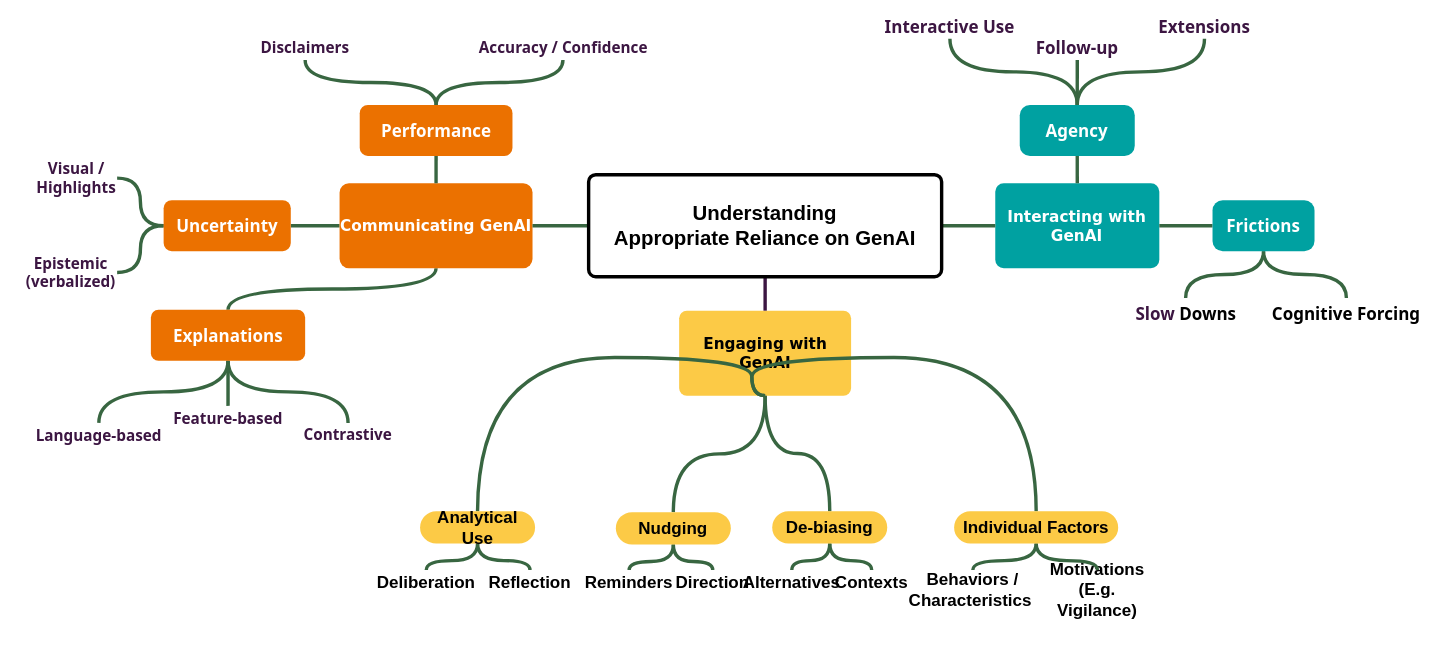
The draw.io diagram ext/chi27-rev-4.1.drawio in raeeschaudhary/Coursera_Exams, before the edit. Source tidied: cells renumbered, new cells numbered last; positions are measured from the earlier drawing's top-left corner, leaving out a move shared by most shapes. Both pictures are drawn from the tidied source at 85%, with x=0, y=0 at pixel (21, 14).
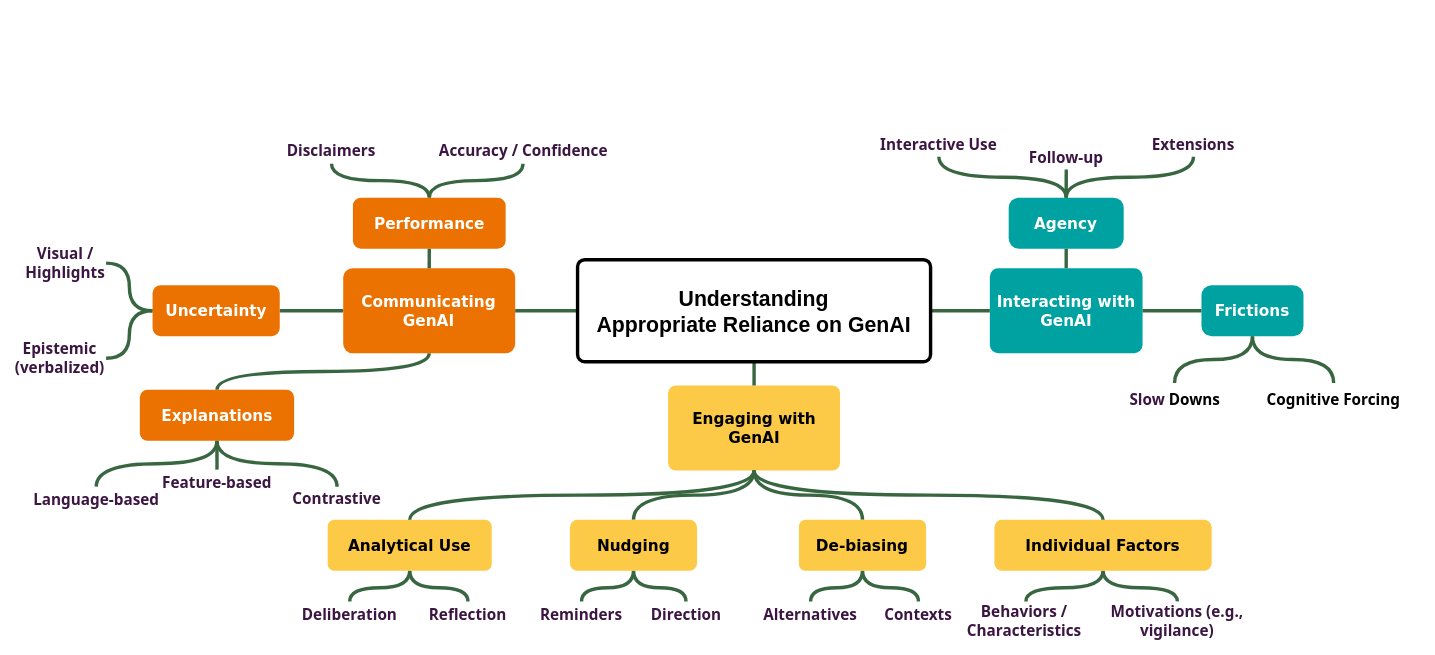
The same page after the edit.

The edit, as a diff of the source:
```diff
@@
     <mxCell id="4" value="Communicating GenAI" style="rounded=1;whiteSpace=wrap;html=1;arcSize=11;strokeWidth=2;fontFamily=Verdana;fontSize=18;fontStyle=1;fillColor=#EB7100;strokeColor=none;fontColor=#FFFFFF;align=center;verticalAlign=middle;" parent="1" vertex="1">
-      <mxGeometry x="374" y="198" width="227" height="100" as="geometry" />
+      <mxGeometry x="378.3" y="298" width="202.3" height="100" as="geometry" />
     </mxCell>
@@
     <mxCell id="10" value="&lt;span&gt;Epistemic (verbalized)&lt;/span&gt;" style="text;html=1;whiteSpace=wrap;strokeColor=none;fillColor=none;align=center;verticalAlign=middle;rounded=0;fontFamily=Tahoma;fontSize=18;fontStyle=1;fontColor=#3C1642;" parent="1" vertex="1">
-      <mxGeometry x="4.3" y="288" width="108" height="30" as="geometry" />
+      <mxGeometry x="-8.7" y="389" width="108" height="30" as="geometry" />
     </mxCell>
     <mxCell id="11" value="&lt;span&gt;Visual / Highlights&lt;/span&gt;" style="text;html=1;whiteSpace=wrap;strokeColor=none;fillColor=none;align=center;verticalAlign=middle;rounded=0;fontFamily=Tahoma;fontSize=18;fontStyle=1;fontColor=#3C1642;" parent="1" vertex="1">
-      <mxGeometry x="17" y="178" width="95.3" height="28" as="geometry" />
+      <mxGeometry x="4" y="278" width="95.3" height="28" as="geometry" />
     </mxCell>
     <mxCell id="12" value="&lt;span&gt;&lt;span&gt;Language-based&lt;/span&gt;&lt;/span&gt;" style="text;html=1;whiteSpace=wrap;strokeColor=none;fillColor=none;align=center;verticalAlign=middle;rounded=0;fontFamily=Tahoma;fontSize=18;fontStyle=1;fontColor=#3C1642;" parent="1" vertex="1">
-      <mxGeometry y="480" width="181.5" height="30" as="geometry" />
+      <mxGeometry x="-3" y="555" width="181.5" height="30" as="geometry" />
     </mxCell>
     <mxCell id="13" value="&lt;span&gt;Feature-based&lt;/span&gt;" style="text;html=1;whiteSpace=wrap;strokeColor=none;fillColor=none;align=center;verticalAlign=middle;rounded=0;fontFamily=Tahoma;fontSize=18;fontStyle=1;fontColor=#3C1642;" parent="1" vertex="1">
-      <mxGeometry x="164.8" y="460" width="156" height="30" as="geometry" />
+      <mxGeometry x="151.8" y="535" width="156" height="30" as="geometry" />
     </mxCell>
     <mxCell id="14" value="&lt;span&gt;Contrastive&lt;/span&gt;" style="text;html=1;whiteSpace=wrap;strokeColor=none;fillColor=none;align=center;verticalAlign=middle;rounded=0;fontFamily=Tahoma;fontSize=18;fontStyle=1;fontColor=#3C1642;" parent="1" vertex="1">
-      <mxGeometry x="330" y="480" width="108" height="28" as="geometry" />
+      <mxGeometry x="317" y="555" width="108" height="28" as="geometry" />
     </mxCell>
@@
     <mxCell id="18" value="&lt;span&gt;Disclaimers&lt;/span&gt;" style="text;html=1;whiteSpace=wrap;strokeColor=none;fillColor=none;align=center;verticalAlign=middle;rounded=0;fontFamily=Tahoma;fontSize=18;fontStyle=1;fontColor=#3C1642;" parent="1" vertex="1">
-      <mxGeometry x="262" y="23" width="143" height="30" as="geometry" />
+      <mxGeometry x="293" y="145" width="143" height="30" as="geometry" />
     </mxCell>
     <mxCell id="19" value="&lt;span&gt;Accuracy / Confidence&lt;/span&gt;" style="text;html=1;whiteSpace=wrap;strokeColor=none;fillColor=none;align=center;verticalAlign=middle;rounded=0;fontFamily=Tahoma;fontSize=18;fontStyle=1;fontColor=#3C1642;" parent="1" vertex="1">
-      <mxGeometry x="505.5" y="23" width="262.5" height="30" as="geometry" />
+      <mxGeometry x="458.5" y="145" width="262.5" height="30" as="geometry" />
     </mxCell>
@@
     <mxCell id="21" value="Engaging with GenAI" style="rounded=1;whiteSpace=wrap;html=1;arcSize=9;strokeWidth=2;fontFamily=Verdana;fontSize=18;fontStyle=1;strokeColor=none;fillColor=#FCCA46;" parent="1" vertex="1">
-      <mxGeometry x="773.5" y="348" width="202.3" height="100" as="geometry" />
+      <mxGeometry x="760.5" y="436" width="202.3" height="100" as="geometry" />
     </mxCell>
-    <mxCell id="22" style="edgeStyle=orthogonalEdgeStyle;rounded=0;jettySize=auto;html=1;exitX=0.5;exitY=1;exitDx=0;exitDy=0;entryX=0.5;entryY=0;entryDx=0;entryDy=0;endArrow=none;endFill=0;curved=1;endSize=6;strokeWidth=4;strokeColor=#3C1642;fontFamily=calibri;" parent="1" edge="1" source="54" target="21">
+    <mxCell id="22" style="edgeStyle=orthogonalEdgeStyle;rounded=0;jettySize=auto;html=1;exitX=0.5;exitY=1;exitDx=0;exitDy=0;entryX=0.5;entryY=0;entryDx=0;entryDy=0;endArrow=none;endFill=0;curved=1;endSize=6;strokeWidth=4;strokeColor=#386641;fontFamily=calibri;align=center;verticalAlign=middle;fontSize=11;fontColor=default;labelBackgroundColor=default;" parent="1" edge="1" source="54" target="21">
       <mxGeometry relative="1" as="geometry" />
     </mxCell>
-    <mxCell id="23" style="edgeStyle=orthogonalEdgeStyle;rounded=0;jettySize=auto;html=1;exitX=0.5;exitY=1;exitDx=0;exitDy=0;entryX=0.5;entryY=0;entryDx=0;entryDy=0;endArrow=none;endFill=0;curved=1;endSize=6;strokeWidth=4;strokeColor=#386641;fontFamily=calibri;" parent="1" edge="1" source="21" target="61">
-      <mxGeometry relative="1" as="geometry">
-        <Array as="points">
-          <mxPoint x="859" y="403" />
-          <mxPoint x="536.3" y="403" />
-        </Array>
-      </mxGeometry>
-    </mxCell>
-    <mxCell id="24" value="&lt;span style=&quot;font-size: 20px;&quot;&gt;Deliberation&lt;/span&gt;" style="text;html=1;whiteSpace=wrap;strokeColor=none;fillColor=none;align=center;verticalAlign=middle;rounded=0;fontFamily=calibri;fontSize=18;fontStyle=1;" parent="1" vertex="1">
-      <mxGeometry x="416" y="653" width="120" height="30" as="geometry" />
+    <mxCell id="24" value="&lt;span&gt;Deliberation&lt;/span&gt;" style="text;html=1;whiteSpace=wrap;strokeColor=none;fillColor=none;align=center;verticalAlign=middle;rounded=0;fontFamily=Tahoma;fontSize=18;fontStyle=1;fontColor=#3C1642;" parent="1" vertex="1">
+      <mxGeometry x="326" y="690" width="120" height="30" as="geometry" />
     </mxCell>
-    <mxCell id="25" value="&lt;span style=&quot;font-size: 20px;&quot;&gt;Reflection&lt;/span&gt;" style="text;html=1;whiteSpace=wrap;strokeColor=none;fillColor=none;align=center;verticalAlign=middle;rounded=0;fontFamily=calibri;fontSize=18;fontStyle=1;" parent="1" vertex="1">
-      <mxGeometry x="544" y="653" width="108" height="30" as="geometry" />
+    <mxCell id="25" value="&lt;span&gt;Reflection&lt;/span&gt;" style="text;html=1;whiteSpace=wrap;strokeColor=none;fillColor=none;align=center;verticalAlign=middle;rounded=0;fontFamily=Tahoma;fontSize=18;fontStyle=1;fontColor=#3C1642;" parent="1" vertex="1">
+      <mxGeometry x="471" y="690" width="108" height="30" as="geometry" />
     </mxCell>
@@
-    <mxCell id="29" value="&lt;span style=&quot;font-size: 20px;&quot;&gt;Alternatives&lt;/span&gt;" style="text;html=1;whiteSpace=wrap;strokeColor=none;fillColor=none;align=center;verticalAlign=middle;rounded=0;fontFamily=calibri;fontSize=18;fontStyle=1;" parent="1" vertex="1">
-      <mxGeometry x="846" y="653" width="120" height="30" as="geometry" />
+    <mxCell id="29" value="&lt;span&gt;Alternatives&lt;/span&gt;" style="text;html=1;whiteSpace=wrap;strokeColor=none;fillColor=none;align=center;verticalAlign=middle;rounded=0;fontFamily=Tahoma;fontSize=18;fontStyle=1;fontColor=#3C1642;" parent="1" vertex="1">
+      <mxGeometry x="868.2" y="690" width="120" height="30" as="geometry" />
     </mxCell>
-    <mxCell id="30" value="&lt;span style=&quot;font-size: 20px;&quot;&gt;Contexts&lt;/span&gt;" style="text;html=1;whiteSpace=wrap;strokeColor=none;fillColor=none;align=center;verticalAlign=middle;rounded=0;fontFamily=calibri;fontSize=18;fontStyle=1;" parent="1" vertex="1">
-      <mxGeometry x="946" y="653" width="108" height="30" as="geometry" />
+    <mxCell id="30" value="&lt;span&gt;Contexts&lt;/span&gt;" style="text;html=1;whiteSpace=wrap;strokeColor=none;fillColor=none;align=center;verticalAlign=middle;rounded=0;fontFamily=Tahoma;fontSize=18;fontStyle=1;fontColor=#3C1642;" parent="1" vertex="1">
+      <mxGeometry x="1001" y="690" width="108" height="30" as="geometry" />
     </mxCell>
@@
-    <mxCell id="33" value="&lt;span style=&quot;font-size: 20px;&quot;&gt;Behaviors / Characteristics&amp;nbsp;&lt;/span&gt;" style="text;html=1;whiteSpace=wrap;strokeColor=none;fillColor=none;align=center;verticalAlign=middle;rounded=0;fontFamily=calibri;fontSize=18;fontStyle=1;" parent="1" vertex="1">
-      <mxGeometry x="1059" y="653" width="120" height="46" as="geometry" />
+    <mxCell id="33" value="&lt;span&gt;Behaviors /&amp;nbsp;&lt;/span&gt;&lt;div&gt;&lt;span&gt;Characteristics&amp;nbsp;&lt;/span&gt;&lt;/div&gt;" style="text;html=1;whiteSpace=wrap;strokeColor=none;fillColor=none;align=center;verticalAlign=middle;rounded=0;fontFamily=Tahoma;fontSize=18;fontStyle=1;fontColor=#3C1642;" parent="1" vertex="1">
+      <mxGeometry x="1103.5" y="690" width="156" height="46" as="geometry" />
     </mxCell>
-    <mxCell id="34" value="&lt;span style=&quot;font-size: 20px;&quot;&gt;Motivations (E.g. Vigilance)&lt;/span&gt;" style="text;html=1;whiteSpace=wrap;strokeColor=none;fillColor=none;align=center;verticalAlign=middle;rounded=0;fontFamily=calibri;fontSize=18;fontStyle=1;" parent="1" vertex="1">
-      <mxGeometry x="1198" y="653" width="135.3" height="46" as="geometry" />
+    <mxCell id="34" value="&lt;span&gt;Motivations (e.g., vigilance)&lt;/span&gt;" style="text;html=1;whiteSpace=wrap;strokeColor=none;fillColor=none;align=center;verticalAlign=middle;rounded=0;fontFamily=Tahoma;fontSize=18;fontStyle=1;fontColor=#3C1642;" parent="1" vertex="1">
+      <mxGeometry x="1278" y="690" width="163.1" height="46" as="geometry" />
     </mxCell>
@@
-    <mxCell id="37" style="edgeStyle=orthogonalEdgeStyle;rounded=0;jettySize=auto;html=1;exitX=0.5;exitY=1;exitDx=0;exitDy=0;entryX=0.5;entryY=0;entryDx=0;entryDy=0;endArrow=none;endFill=0;curved=1;endSize=6;strokeWidth=4;strokeColor=#386641;fontFamily=calibri;" parent="1" edge="1" source="21" target="64">
-      <mxGeometry relative="1" as="geometry">
-        <Array as="points">
-          <mxPoint x="859" y="403" />
-          <mxPoint x="1193.6" y="403" />
-        </Array>
-      </mxGeometry>
-    </mxCell>
     <mxCell id="38" value="Interacting with GenAI" style="rounded=1;whiteSpace=wrap;html=1;arcSize=10;strokeWidth=2;fontFamily=Verdana;fontSize=18;fontStyle=1;fillColor=#00A1A1;strokeColor=none;fontColor=#FFFFFF;" parent="1" vertex="1">
-      <mxGeometry x="1145.4" y="198" width="193" height="100" as="geometry" />
+      <mxGeometry x="1139" y="298" width="179.7" height="100" as="geometry" />
     </mxCell>
@@
-    <mxCell id="40" value="&lt;span style=&quot;font-size: 20px;&quot;&gt;Interactive Use&lt;/span&gt;" style="text;html=1;whiteSpace=wrap;strokeColor=none;fillColor=none;align=center;verticalAlign=middle;rounded=0;fontFamily=Tahoma;fontSize=18;fontStyle=1;fontColor=#3C1642;" parent="1" vertex="1">
-      <mxGeometry x="1002.2" width="179.7" height="28" as="geometry" />
+    <mxCell id="40" value="&lt;span&gt;Interactive Use&lt;/span&gt;" style="text;html=1;whiteSpace=wrap;strokeColor=none;fillColor=none;align=center;verticalAlign=middle;rounded=0;fontFamily=Tahoma;fontSize=18;fontStyle=1;fontColor=#3C1642;" parent="1" vertex="1">
+      <mxGeometry x="989.2" y="139" width="179.7" height="28" as="geometry" />
     </mxCell>
-    <mxCell id="41" value="&lt;span style=&quot;font-size: 20px;&quot;&gt;Follow-up&lt;/span&gt;" style="text;html=1;whiteSpace=wrap;strokeColor=none;fillColor=none;align=center;verticalAlign=middle;rounded=0;fontFamily=Tahoma;fontSize=18;fontStyle=1;fontColor=#3C1642;" parent="1" vertex="1">
-      <mxGeometry x="1181.9" y="25" width="120" height="28" as="geometry" />
+    <mxCell id="41" value="&lt;span&gt;Follow-up&lt;/span&gt;" style="text;html=1;whiteSpace=wrap;strokeColor=none;fillColor=none;align=center;verticalAlign=middle;rounded=0;fontFamily=Tahoma;fontSize=18;fontStyle=1;fontColor=#3C1642;" parent="1" vertex="1">
+      <mxGeometry x="1168.9" y="154" width="120" height="28" as="geometry" />
     </mxCell>
@@
-    <mxCell id="44" value="&lt;span style=&quot;font-size: 20px;&quot;&gt;Reminders&lt;/span&gt;" style="text;html=1;whiteSpace=wrap;strokeColor=none;fillColor=none;align=center;verticalAlign=middle;rounded=0;fontFamily=calibri;fontSize=18;fontStyle=1;" parent="1" vertex="1">
-      <mxGeometry x="667" y="653" width="95.3" height="30" as="geometry" />
+    <mxCell id="44" value="&lt;span&gt;Reminders&lt;/span&gt;" style="text;html=1;whiteSpace=wrap;strokeColor=none;fillColor=none;align=center;verticalAlign=middle;rounded=0;fontFamily=Tahoma;fontSize=18;fontStyle=1;fontColor=#3C1642;" parent="1" vertex="1">
+      <mxGeometry x="611" y="690" width="95.3" height="30" as="geometry" />
     </mxCell>
-    <mxCell id="45" value="&lt;span style=&quot;font-size: 20px;&quot;&gt;Direction&lt;/span&gt;" style="text;html=1;whiteSpace=wrap;strokeColor=none;fillColor=none;align=center;verticalAlign=middle;rounded=0;fontFamily=calibri;fontSize=18;fontStyle=1;" parent="1" vertex="1">
-      <mxGeometry x="768" y="653" width="90" height="30" as="geometry" />
+    <mxCell id="45" value="&lt;span&gt;Direction&lt;/span&gt;" style="text;html=1;whiteSpace=wrap;strokeColor=none;fillColor=none;align=center;verticalAlign=middle;rounded=0;fontFamily=Tahoma;fontSize=18;fontStyle=1;fontColor=#3C1642;" parent="1" vertex="1">
+      <mxGeometry x="736.5" y="690" width="90" height="30" as="geometry" />
     </mxCell>
@@
-    <mxCell id="48" value="&lt;span style=&quot;font-size: 20px;&quot;&gt;Slow&amp;nbsp;&lt;/span&gt;&lt;span style=&quot;background-color: transparent; color: light-dark(rgb(0, 0, 0), rgb(255, 255, 255)); font-size: 20px;&quot;&gt;Downs&lt;/span&gt;" style="text;html=1;whiteSpace=wrap;strokeColor=none;fillColor=none;align=center;verticalAlign=middle;rounded=0;fontFamily=Tahoma;fontSize=18;fontStyle=1;fontColor=#3C1642;" parent="1" vertex="1">
-      <mxGeometry x="1279.5" y="333" width="179.7" height="38" as="geometry" />
+    <mxCell id="48" value="&lt;span&gt;Slow&amp;nbsp;&lt;/span&gt;&lt;span style=&quot;background-color: transparent; color: light-dark(rgb(0, 0, 0), rgb(255, 255, 255));&quot;&gt;Downs&lt;/span&gt;" style="text;html=1;whiteSpace=wrap;strokeColor=none;fillColor=none;align=center;verticalAlign=middle;rounded=0;fontFamily=Tahoma;fontSize=18;fontStyle=1;fontColor=#3C1642;" parent="1" vertex="1">
+      <mxGeometry x="1266.5" y="433" width="179.7" height="38" as="geometry" />
     </mxCell>
-    <mxCell id="49" value="&lt;div style=&quot;&quot;&gt;&lt;span style=&quot;font-size: 20px; background-color: transparent; color: light-dark(rgb(0, 0, 0), rgb(255, 255, 255));&quot;&gt;Cognitive&amp;nbsp;&lt;/span&gt;&lt;span style=&quot;background-color: transparent; color: light-dark(rgb(0, 0, 0), rgb(255, 255, 255)); font-size: 20px;&quot;&gt;Forcing&lt;/span&gt;&lt;/div&gt;" style="text;html=1;whiteSpace=wrap;strokeColor=none;fillColor=none;align=center;verticalAlign=middle;rounded=0;fontFamily=Tahoma;fontSize=18;fontStyle=1;fontColor=#3C1642;" parent="1" vertex="1">
-      <mxGeometry x="1487" y="333" width="143" height="38" as="geometry" />
+    <mxCell id="49" value="&lt;div&gt;&lt;span style=&quot;background-color: transparent; color: light-dark(rgb(0, 0, 0), rgb(255, 255, 255));&quot;&gt;Cognitive&amp;nbsp;&lt;/span&gt;&lt;span style=&quot;background-color: transparent; color: light-dark(rgb(0, 0, 0), rgb(255, 255, 255));&quot;&gt;Forcing&lt;/span&gt;&lt;/div&gt;" style="text;html=1;whiteSpace=wrap;strokeColor=none;fillColor=none;align=center;verticalAlign=middle;rounded=0;fontFamily=Tahoma;fontSize=18;fontStyle=1;fontColor=#3C1642;" parent="1" vertex="1">
+      <mxGeometry x="1472" y="433" width="143" height="38" as="geometry" />
     </mxCell>
@@
-    <mxCell id="54" value="&lt;span&gt;&amp;nbsp;Understanding&amp;nbsp;&lt;/span&gt;&lt;div&gt;Appropriate Reliance on GenAI&lt;/div&gt;" style="rounded=1;whiteSpace=wrap;html=1;arcSize=7;strokeWidth=4;fontFamily=Helvetica;fontSize=24;fontStyle=1;" parent="1" vertex="1">
-      <mxGeometry x="667" y="188" width="415.3" height="120" as="geometry" />
+    <mxCell id="54" value="&lt;span&gt;&amp;nbsp;Understanding&amp;nbsp;&lt;/span&gt;&lt;div&gt;Appropriate Reliance on GenAI&lt;/div&gt;" style="rounded=1;whiteSpace=wrap;html=1;arcSize=7;strokeWidth=4;fontFamily=Helvetica;fontSize=25;fontStyle=1;" parent="1" vertex="1">
+      <mxGeometry x="654" y="288" width="415.3" height="120" as="geometry" />
     </mxCell>
-    <mxCell id="55" value="&lt;span style=&quot;font-size: 20px;&quot;&gt;Extensions&lt;/span&gt;" style="text;html=1;whiteSpace=wrap;strokeColor=none;fillColor=none;align=center;verticalAlign=middle;rounded=0;fontFamily=Tahoma;fontSize=18;fontStyle=1;fontColor=#3C1642;" parent="1" vertex="1">
-      <mxGeometry x="1323.9" width="135.3" height="28" as="geometry" />
+    <mxCell id="55" value="&lt;span&gt;Extensions&lt;/span&gt;" style="text;html=1;whiteSpace=wrap;strokeColor=none;fillColor=none;align=center;verticalAlign=middle;rounded=0;fontFamily=Tahoma;fontSize=18;fontStyle=1;fontColor=#3C1642;" parent="1" vertex="1">
+      <mxGeometry x="1310.9" y="139" width="135.3" height="28" as="geometry" />
     </mxCell>
-    <mxCell id="56" value="&lt;span&gt;Frictions&lt;/span&gt;" style="rounded=1;whiteSpace=wrap;html=1;arcSize=20;strokeWidth=2;fontFamily=Tahoma;fontSize=20;fontStyle=1;fillColor=#00A1A1;strokeColor=none;fontColor=#FFFFFF;" parent="1" vertex="1">
-      <mxGeometry x="1401" y="218" width="120" height="60" as="geometry" />
+    <mxCell id="56" value="&lt;span&gt;Frictions&lt;/span&gt;" style="rounded=1;whiteSpace=wrap;html=1;arcSize=20;strokeWidth=2;fontFamily=Verdana;fontSize=18;fontStyle=1;fillColor=#00A1A1;strokeColor=none;fontColor=#FFFFFF;" parent="1" vertex="1">
+      <mxGeometry x="1388" y="318" width="120" height="60" as="geometry" />
     </mxCell>
-    <mxCell id="57" value="&lt;span&gt;Agency&lt;/span&gt;" style="rounded=1;whiteSpace=wrap;html=1;arcSize=20;strokeWidth=2;fontFamily=Tahoma;fontSize=20;fontStyle=1;fillColor=#00A1A1;strokeColor=none;fontColor=#FFFFFF;" parent="1" vertex="1">
-      <mxGeometry x="1174.2" y="106" width="135.3" height="60" as="geometry" />
+    <mxCell id="57" value="&lt;span&gt;Agency&lt;/span&gt;" style="rounded=1;whiteSpace=wrap;html=1;arcSize=20;strokeWidth=2;fontFamily=Verdana;fontSize=18;fontStyle=1;fillColor=#00A1A1;strokeColor=none;fontColor=#FFFFFF;" parent="1" vertex="1">
+      <mxGeometry x="1161.2" y="215" width="135.3" height="60" as="geometry" />
     </mxCell>
-    <mxCell id="58" value="&lt;span&gt;Performance&lt;/span&gt;" style="rounded=1;whiteSpace=wrap;html=1;arcSize=16;strokeWidth=2;fontFamily=Tahoma;fontSize=20;fontStyle=1;fillColor=#EB7100;strokeColor=none;fontColor=#FFFFFF;align=center;verticalAlign=middle;" parent="1" vertex="1">
-      <mxGeometry x="397.7" y="106" width="179.7" height="60" as="geometry" />
+    <mxCell id="58" value="&lt;span&gt;Performance&lt;/span&gt;" style="rounded=1;whiteSpace=wrap;html=1;arcSize=16;strokeWidth=2;fontFamily=Verdana;fontSize=18;fontStyle=1;fillColor=#EB7100;strokeColor=none;fontColor=#FFFFFF;align=center;verticalAlign=middle;" parent="1" vertex="1">
+      <mxGeometry x="389.7" y="215" width="179.7" height="60" as="geometry" />
     </mxCell>
-    <mxCell id="59" value="&lt;span&gt;Uncertainty&lt;/span&gt;" style="rounded=1;whiteSpace=wrap;html=1;arcSize=16;strokeWidth=2;fontFamily=Tahoma;fontSize=20;fontStyle=1;fillColor=#EB7100;strokeColor=none;fontColor=#FFFFFF;align=center;verticalAlign=middle;" parent="1" vertex="1">
-      <mxGeometry x="167" y="218" width="149.6" height="60" as="geometry" />
+    <mxCell id="59" value="&lt;span&gt;Uncertainty&lt;/span&gt;" style="rounded=1;whiteSpace=wrap;html=1;arcSize=16;strokeWidth=2;fontFamily=Verdana;fontSize=18;fontStyle=1;fillColor=#EB7100;strokeColor=none;fontColor=#FFFFFF;align=center;verticalAlign=middle;" parent="1" vertex="1">
+      <mxGeometry x="154" y="318" width="149.6" height="60" as="geometry" />
     </mxCell>
-    <mxCell id="60" value="&lt;span style=&quot;font-size: 20px;&quot;&gt;Explanations&lt;/span&gt;" style="rounded=1;whiteSpace=wrap;html=1;arcSize=15;strokeWidth=2;fontFamily=Tahoma;fontSize=20;fontStyle=1;fillColor=#EB7100;strokeColor=none;fontColor=#FFFFFF;align=center;verticalAlign=middle;" parent="1" vertex="1">
-      <mxGeometry x="152" y="347" width="181.5" height="60" as="geometry" />
+    <mxCell id="60" value="&lt;span&gt;Explanations&lt;/span&gt;" style="rounded=1;whiteSpace=wrap;html=1;arcSize=15;strokeWidth=2;fontFamily=Verdana;fontSize=18;fontStyle=1;fillColor=#EB7100;strokeColor=none;fontColor=#FFFFFF;align=center;verticalAlign=middle;" parent="1" vertex="1">
+      <mxGeometry x="139" y="441" width="181.5" height="60" as="geometry" />
     </mxCell>
-    <mxCell id="61" value="&lt;span style=&quot;font-size: 20px;&quot;&gt;Analytical Use&lt;/span&gt;" style="rounded=1;whiteSpace=wrap;html=1;arcSize=50;strokeWidth=2;fontFamily=calibri;fontSize=18;fontStyle=1;fillColor=#FCCA46;strokeColor=none;" parent="1" vertex="1">
-      <mxGeometry x="468.7" y="584" width="135.3" height="38" as="geometry" />
+    <mxCell id="61" value="&lt;span&gt;Analytical Use&lt;/span&gt;" style="rounded=1;whiteSpace=wrap;html=1;arcSize=13;strokeWidth=2;fontFamily=Verdana;fontSize=18;fontStyle=1;fillColor=#FCCA46;strokeColor=none;fontColor=#000000;align=center;verticalAlign=middle;" parent="1" vertex="1">
+      <mxGeometry x="360" y="594" width="193" height="60" as="geometry" />
     </mxCell>
-    <mxCell id="62" value="&lt;span style=&quot;font-size: 20px;&quot;&gt;Nudging&lt;/span&gt;" style="rounded=1;whiteSpace=wrap;html=1;arcSize=50;strokeWidth=2;fontFamily=calibri;fontSize=18;fontStyle=1;fillColor=#FCCA46;strokeColor=none;" parent="1" vertex="1">
-      <mxGeometry x="699" y="585" width="135.3" height="38" as="geometry" />
+    <mxCell id="62" value="&lt;span&gt;Nudging&lt;/span&gt;" style="rounded=1;whiteSpace=wrap;html=1;arcSize=15;strokeWidth=2;fontFamily=Verdana;fontSize=18;fontStyle=1;fillColor=#FCCA46;strokeColor=none;" parent="1" vertex="1">
+      <mxGeometry x="645" y="594" width="149.6" height="60" as="geometry" />
     </mxCell>
-    <mxCell id="63" value="&lt;span style=&quot;font-size: 20px;&quot;&gt;De-biasing&lt;/span&gt;" style="rounded=1;whiteSpace=wrap;html=1;arcSize=50;strokeWidth=2;fontFamily=calibri;fontSize=18;fontStyle=1;fillColor=#FCCA46;strokeColor=none;" parent="1" vertex="1">
-      <mxGeometry x="883" y="584" width="135.3" height="38" as="geometry" />
+    <mxCell id="63" value="&lt;span&gt;De-biasing&lt;/span&gt;" style="rounded=1;whiteSpace=wrap;html=1;arcSize=13;strokeWidth=2;fontFamily=Verdana;fontSize=18;fontStyle=1;fillColor=#FCCA46;strokeColor=none;" parent="1" vertex="1">
+      <mxGeometry x="914.4" y="594" width="149.6" height="60" as="geometry" />
     </mxCell>
-    <mxCell id="64" value="&lt;span style=&quot;font-size: 20px;&quot;&gt;Individual Factors&lt;/span&gt;" style="rounded=1;whiteSpace=wrap;html=1;arcSize=50;strokeWidth=2;fontFamily=calibri;fontSize=18;fontStyle=1;fillColor=#FCCA46;strokeColor=none;" parent="1" vertex="1">
-      <mxGeometry x="1097" y="584" width="193" height="38" as="geometry" />
+    <mxCell id="64" value="&lt;span&gt;Individual Factors&lt;/span&gt;" style="rounded=1;whiteSpace=wrap;html=1;arcSize=15;strokeWidth=2;fontFamily=Verdana;fontSize=18;fontStyle=1;fillColor=#FCCA46;strokeColor=none;" parent="1" vertex="1">
+      <mxGeometry x="1144.4" y="594" width="255.6" height="60" as="geometry" />
     </mxCell>
@@
+    <mxCell id="37" style="edgeStyle=orthogonalEdgeStyle;rounded=0;jettySize=auto;html=1;exitX=0.5;exitY=1;exitDx=0;exitDy=0;entryX=0.5;entryY=0;entryDx=0;entryDy=0;endArrow=none;endFill=0;curved=1;endSize=6;strokeWidth=4;strokeColor=#386641;fontFamily=calibri;" parent="1" edge="1" source="21" target="64">
+      <mxGeometry relative="1" as="geometry" />
+    </mxCell>
+    <mxCell id="23" style="edgeStyle=orthogonalEdgeStyle;rounded=0;jettySize=auto;html=1;exitX=0.5;exitY=1;exitDx=0;exitDy=0;entryX=0.5;entryY=0;entryDx=0;entryDy=0;endArrow=none;endFill=0;curved=1;endSize=6;strokeWidth=4;strokeColor=#386641;fontFamily=calibri;" parent="1" edge="1" source="21" target="61">
+      <mxGeometry relative="1" as="geometry" />
+    </mxCell>
```
